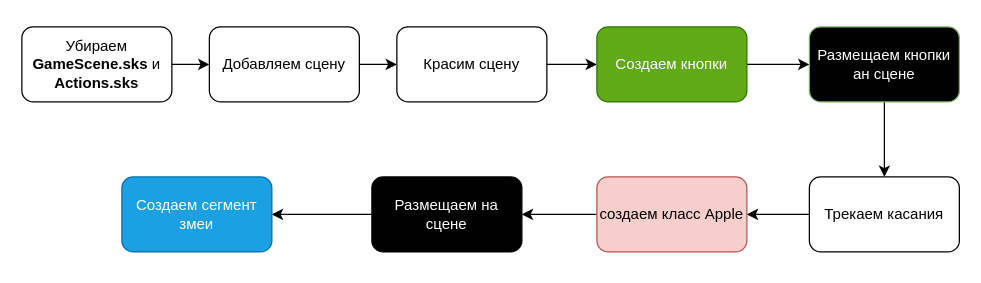
Leonif/diagrams keeps this draw.io diagram as Untitled Diagram.drawio. Above is the earlier version. Source tidied: cells renumbered, new cells numbered last; positions are measured from the earlier drawing's top-left corner, leaving out a move shared by most shapes. Both pictures are drawn from the tidied source at 125%, with x=0, y=0 at pixel (21, 26).
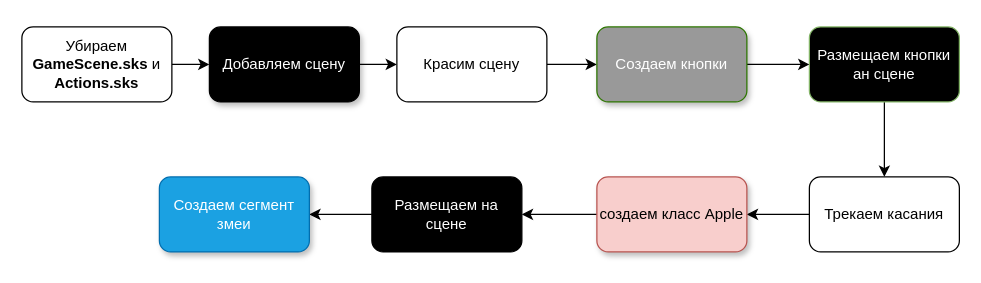
The same page after the edit.

What changed in the source:
```diff
@@
 <mxGraphModel>
   <root>
     <mxCell id="0" />
     <mxCell id="1" parent="0" />
     <mxCell id="2" style="edgeStyle=orthogonalEdgeStyle;rounded=0;jettySize=auto;html=1;" parent="1" edge="1" source="3" target="5">
       <mxGeometry relative="1" as="geometry" />
     </mxCell>
     <mxCell id="3" value="Убираем &lt;span style=&quot;font-weight: 600&quot;&gt;GameScene.sks&lt;/span&gt; и &lt;span style=&quot;font-weight: 600&quot;&gt;Actions.sks&lt;/span&gt;" style="rounded=1;whiteSpace=wrap;html=1;" parent="1" vertex="1">
       <mxGeometry width="120" height="60" as="geometry" />
     </mxCell>
     <mxCell id="4" style="edgeStyle=orthogonalEdgeStyle;rounded=0;jettySize=auto;html=1;" parent="1" edge="1" source="5" target="7">
       <mxGeometry relative="1" as="geometry" />
     </mxCell>
-    <mxCell id="5" value="Добавляем сцену" style="whiteSpace=wrap;html=1;rounded=1;" parent="1" vertex="1">
+    <mxCell id="5" value="Добавляем сцену" style="whiteSpace=wrap;html=1;rounded=1;fillColor=#000000;fontColor=#FFFFFF;sketch=0;shadow=1;" parent="1" vertex="1">
       <mxGeometry x="150" width="120" height="60" as="geometry" />
     </mxCell>
     <mxCell id="6" style="edgeStyle=orthogonalEdgeStyle;rounded=0;jettySize=auto;html=1;fontColor=#FFFFFF;" parent="1" edge="1" source="7" target="17">
       <mxGeometry relative="1" as="geometry" />
     </mxCell>
     <mxCell id="7" value="Красим сцену" style="whiteSpace=wrap;html=1;rounded=1;" parent="1" vertex="1">
       <mxGeometry x="300" width="120" height="60" as="geometry" />
     </mxCell>
     <mxCell id="8" style="edgeStyle=orthogonalEdgeStyle;rounded=0;jettySize=auto;html=1;" parent="1" edge="1" source="9" target="11">
       <mxGeometry relative="1" as="geometry" />
     </mxCell>
     <mxCell id="9" value="Размещаем кнопки ан сцене" style="whiteSpace=wrap;html=1;rounded=1;strokeColor=#82b366;fontColor=#FFFFFF;fillColor=#000000;" parent="1" vertex="1">
       <mxGeometry x="630" width="120" height="60" as="geometry" />
     </mxCell>
     <mxCell id="10" style="edgeStyle=orthogonalEdgeStyle;rounded=0;jettySize=auto;html=1;" parent="1" edge="1" source="11" target="13">
       <mxGeometry relative="1" as="geometry" />
     </mxCell>
     <mxCell id="11" value="Трекаем касания" style="whiteSpace=wrap;html=1;rounded=1;" parent="1" vertex="1">
       <mxGeometry x="630" y="120" width="120" height="60" as="geometry" />
     </mxCell>
     <mxCell id="12" style="edgeStyle=orthogonalEdgeStyle;rounded=0;jettySize=auto;html=1;" parent="1" edge="1" source="13" target="15">
       <mxGeometry relative="1" as="geometry" />
     </mxCell>
-    <mxCell id="13" value="создаем класс Apple" style="whiteSpace=wrap;html=1;rounded=1;fillColor=#f8cecc;strokeColor=#b85450;" parent="1" vertex="1">
+    <mxCell id="13" value="создаем класс Apple" style="whiteSpace=wrap;html=1;rounded=1;fillColor=#f8cecc;strokeColor=#b85450;shadow=1;" parent="1" vertex="1">
       <mxGeometry x="460" y="120" width="120" height="60" as="geometry" />
     </mxCell>
     <mxCell id="14" style="edgeStyle=orthogonalEdgeStyle;rounded=0;jettySize=auto;html=1;fontColor=#FFFFFF;" parent="1" edge="1" source="15" target="18">
       <mxGeometry relative="1" as="geometry" />
     </mxCell>
     <mxCell id="15" value="Размещаем на сцене" style="whiteSpace=wrap;html=1;rounded=1;fillColor=#000000;fontColor=#FFFFFF;" parent="1" vertex="1">
       <mxGeometry x="280" y="120" width="120" height="60" as="geometry" />
     </mxCell>
     <mxCell id="16" style="edgeStyle=orthogonalEdgeStyle;rounded=0;jettySize=auto;html=1;fontColor=#FFFFFF;" parent="1" edge="1" source="17" target="9">
       <mxGeometry relative="1" as="geometry" />
     </mxCell>
-    <mxCell id="17" value="Создаем кнопки" style="whiteSpace=wrap;html=1;rounded=1;fillColor=#60a917;strokeColor=#2D7600;fontColor=#ffffff;" parent="1" vertex="1">
+    <mxCell id="17" value="Создаем кнопки" style="whiteSpace=wrap;html=1;rounded=1;strokeColor=#2D7600;fontColor=#ffffff;fillColor=#999999;shadow=1;" parent="1" vertex="1">
       <mxGeometry x="460" width="120" height="60" as="geometry" />
     </mxCell>
-    <mxCell id="18" value="Создаем сегмент змеи" style="whiteSpace=wrap;html=1;rounded=1;fontColor=#ffffff;fillColor=#1ba1e2;strokeColor=#006EAF;" parent="1" vertex="1">
-      <mxGeometry x="80" y="120" width="120" height="60" as="geometry" />
+    <mxCell id="18" value="Создаем сегмент змеи" style="whiteSpace=wrap;html=1;rounded=1;fontColor=#ffffff;fillColor=#1ba1e2;strokeColor=#006EAF;shadow=1;" parent="1" vertex="1">
+      <mxGeometry x="110" y="120" width="120" height="60" as="geometry" />
     </mxCell>
   </root>
 </mxGraphModel>
```
